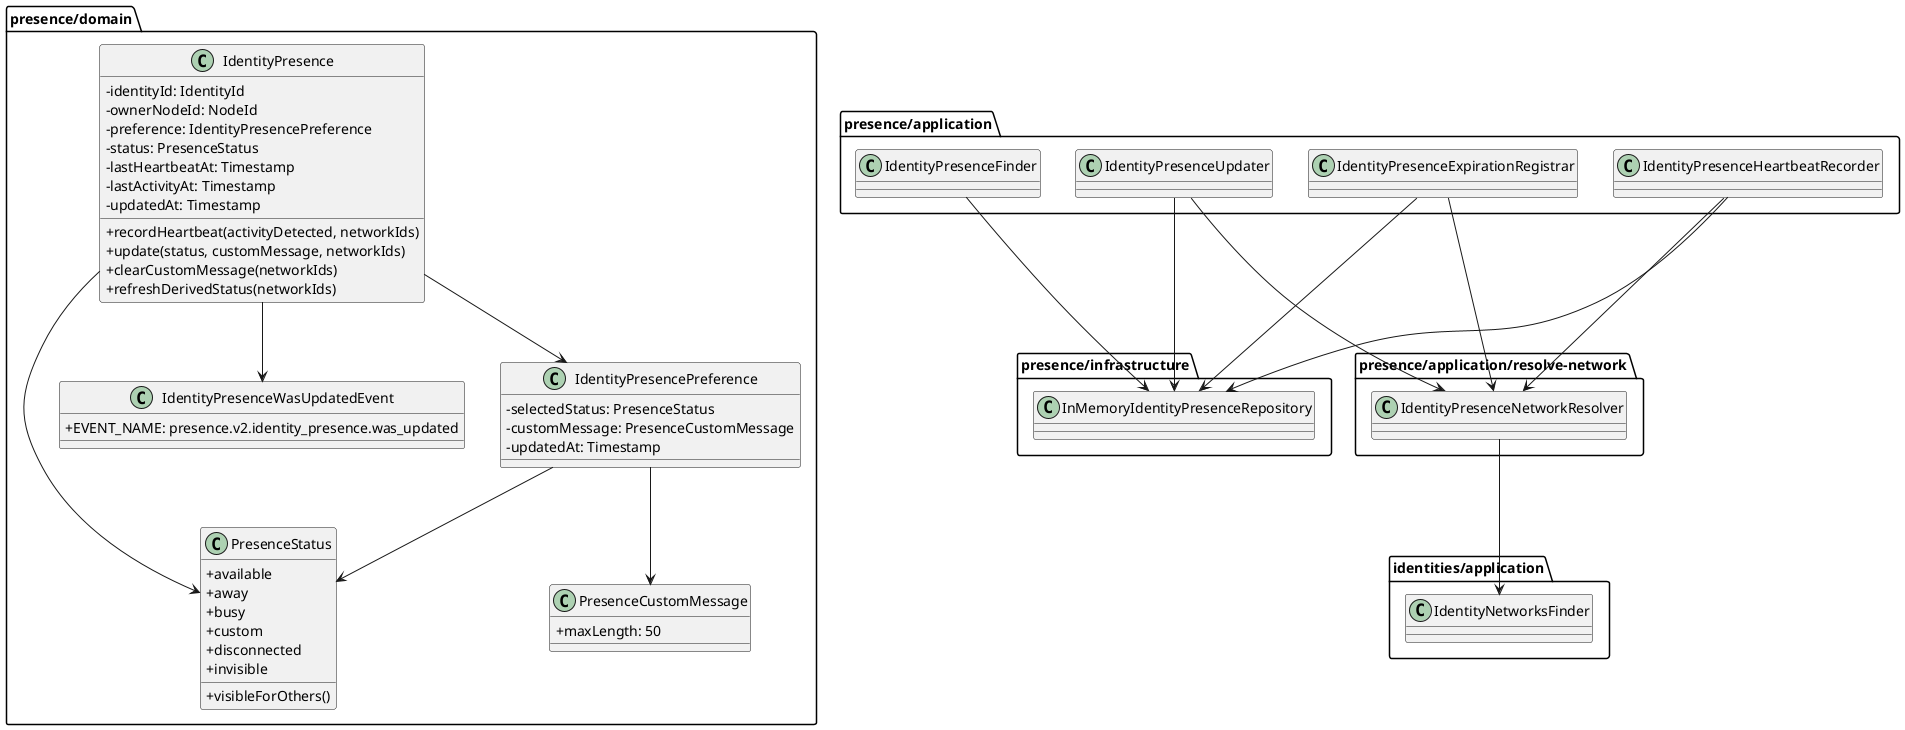
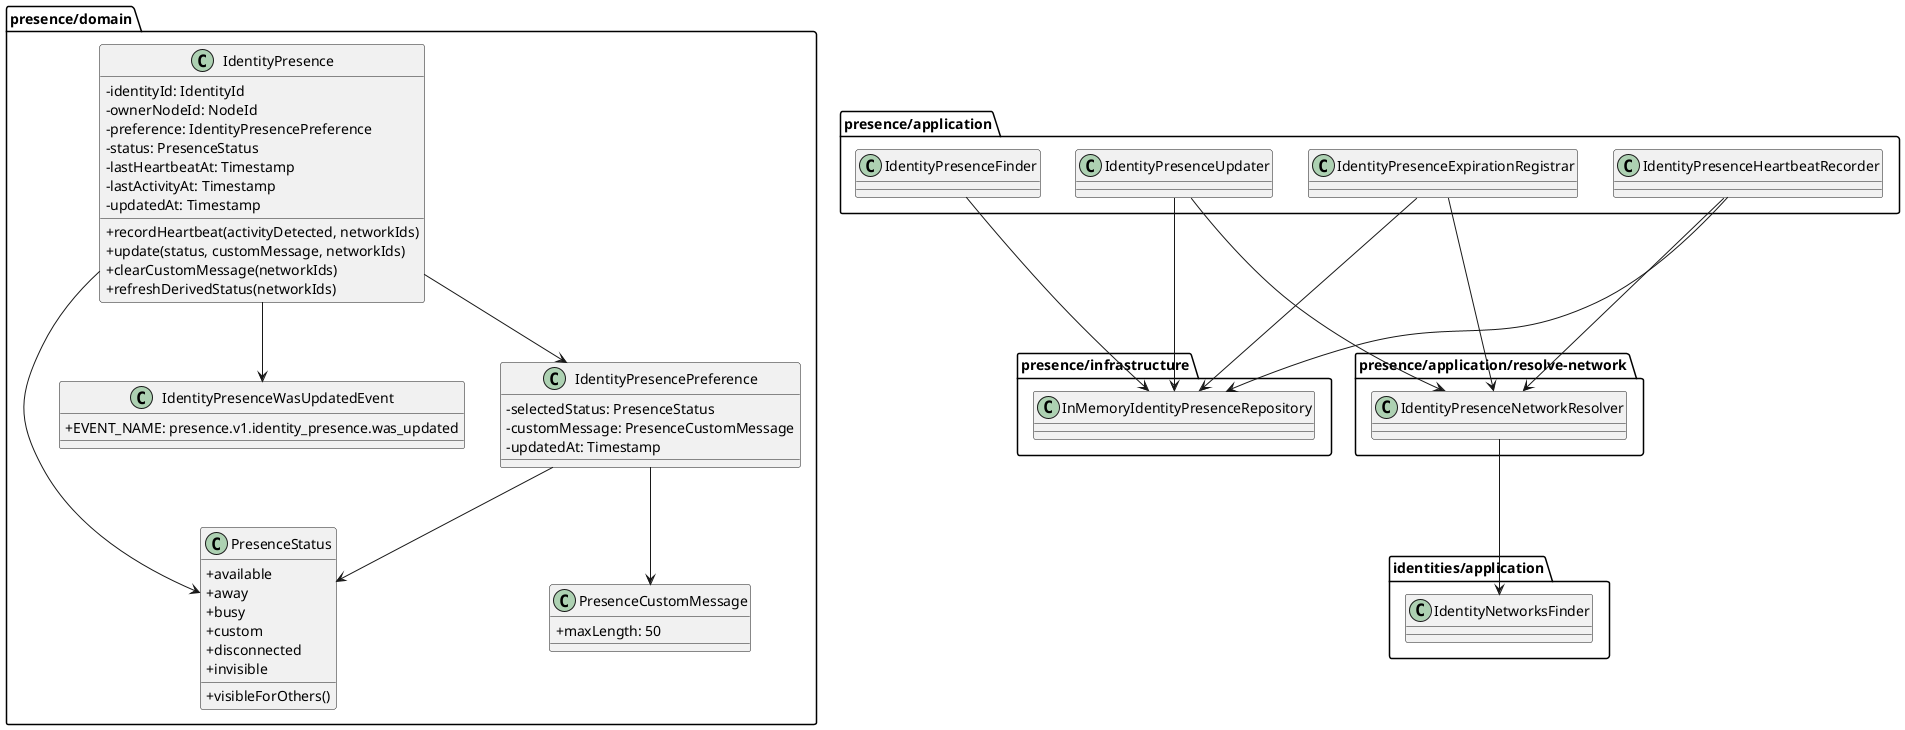
@startuml PresenceClasses

skinparam classAttributeIconSize 0

package "presence/domain" {
  class IdentityPresence {
    - identityId: IdentityId
    - ownerNodeId: NodeId
    - preference: IdentityPresencePreference
    - status: PresenceStatus
    - lastHeartbeatAt: Timestamp
    - lastActivityAt: Timestamp
    - updatedAt: Timestamp
    + recordHeartbeat(activityDetected, networkIds)
    + update(status, customMessage, networkIds)
    + clearCustomMessage(networkIds)
    + refreshDerivedStatus(networkIds)
  }

  class IdentityPresencePreference {
    - selectedStatus: PresenceStatus
    - customMessage: PresenceCustomMessage
    - updatedAt: Timestamp
  }

  class PresenceStatus {
    + available
    + away
    + busy
    + custom
    + disconnected
    + invisible
    + visibleForOthers()
  }

  class PresenceCustomMessage {
    + maxLength: 50
  }

  class IdentityPresenceWasUpdatedEvent {
-     + EVENT_NAME: presence.v2.identity_presence.was_updated
+     + EVENT_NAME: presence.v1.identity_presence.was_updated
  }
}

package "presence/application" {
  class IdentityPresenceFinder
  class IdentityPresenceUpdater
  class IdentityPresenceHeartbeatRecorder
  class IdentityPresenceExpirationRegistrar
}

package "presence/application/resolve-network" {
  class IdentityPresenceNetworkResolver
}

package "identities/application" {
  class IdentityNetworksFinder
}

package "presence/infrastructure" {
  class InMemoryIdentityPresenceRepository
}

IdentityPresence --> PresenceStatus
IdentityPresence --> IdentityPresencePreference
IdentityPresencePreference --> PresenceStatus
IdentityPresencePreference --> PresenceCustomMessage
IdentityPresence --> IdentityPresenceWasUpdatedEvent
IdentityPresenceFinder --> InMemoryIdentityPresenceRepository
IdentityPresenceUpdater --> InMemoryIdentityPresenceRepository
IdentityPresenceUpdater --> IdentityPresenceNetworkResolver
IdentityPresenceHeartbeatRecorder --> InMemoryIdentityPresenceRepository
IdentityPresenceHeartbeatRecorder --> IdentityPresenceNetworkResolver
IdentityPresenceExpirationRegistrar --> InMemoryIdentityPresenceRepository
IdentityPresenceExpirationRegistrar --> IdentityPresenceNetworkResolver
IdentityPresenceNetworkResolver --> IdentityNetworksFinder

@enduml
